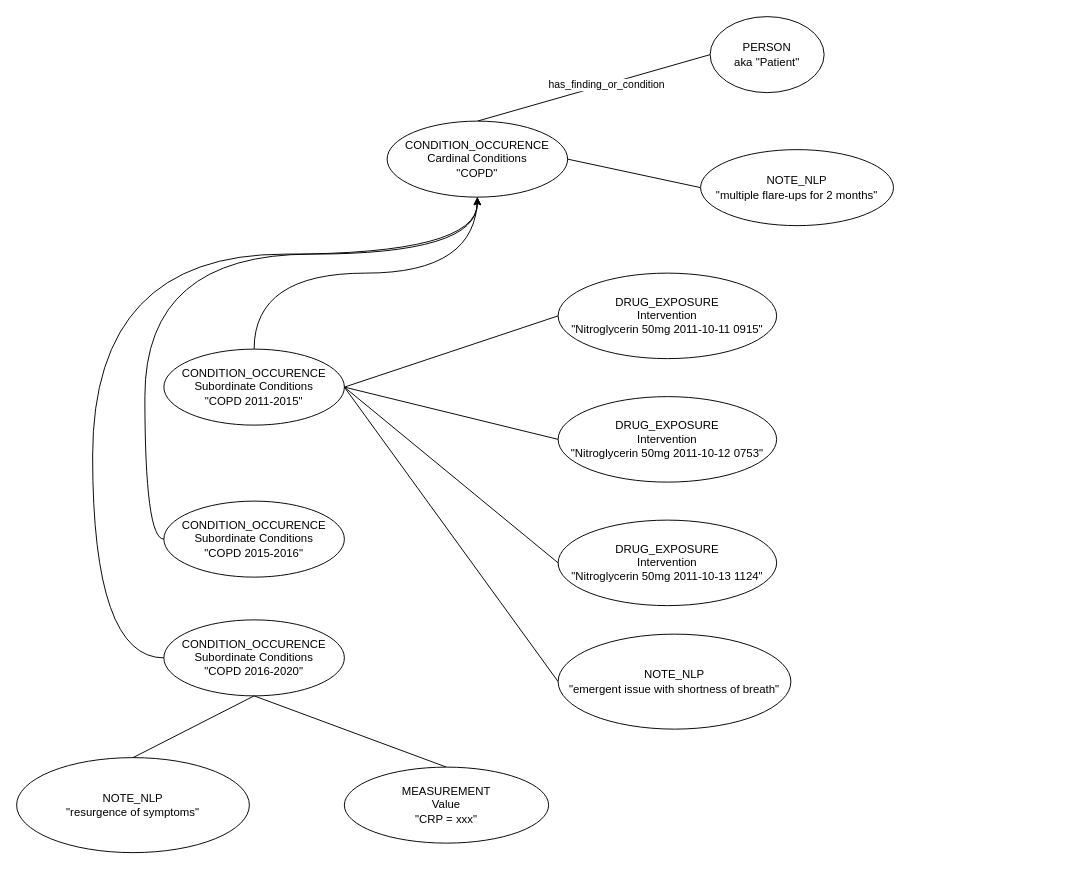
Before: page "Graph Perspective RAW" (1 of 2) of PSKB Tuple Exploration.drawio in ntimkovich/UAB-II-Diagrams, a draw.io diagram. Source tidied: cells renumbered, new cells numbered last; positions are measured from the earlier drawing's top-left corner, leaving out a move shared by most shapes. Both pictures are drawn from the tidied source at 95%, with x=0, y=0 at pixel (16, 16).
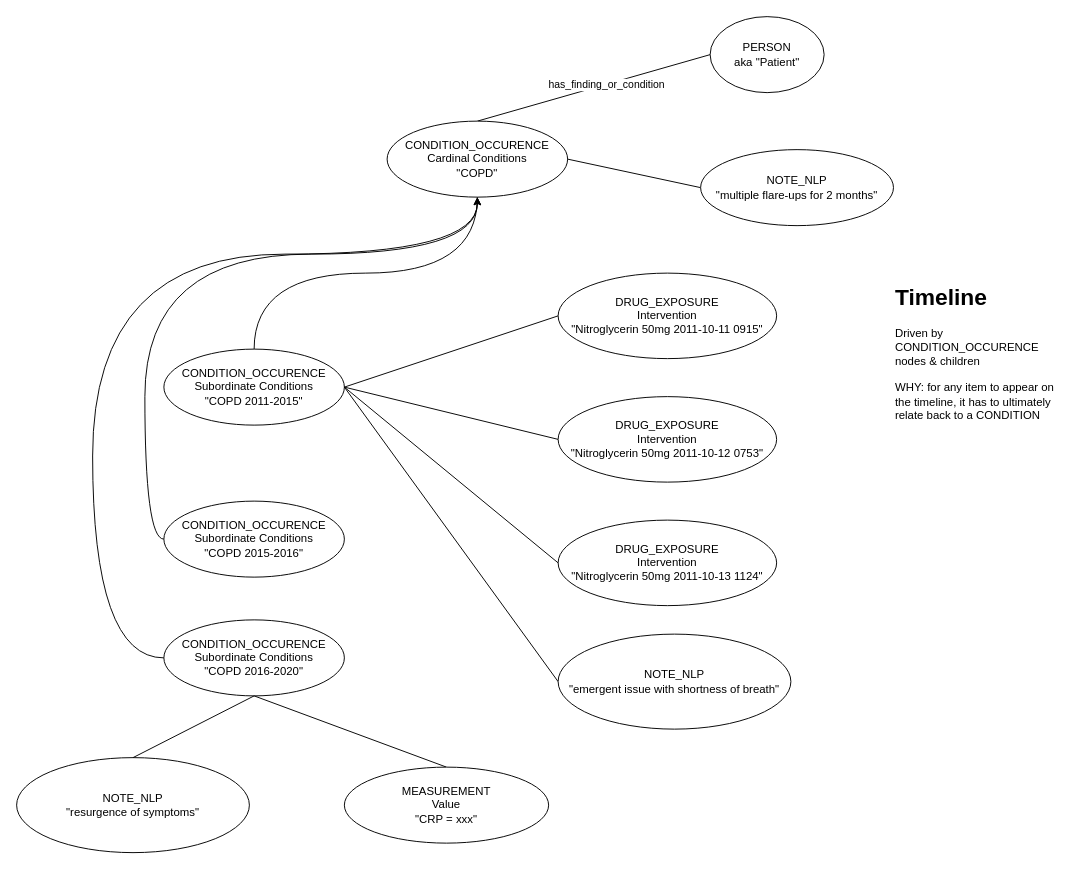
After the change.

The edit, as a diff of the source:
```diff
@@
+    <mxCell id="26" value="&lt;h1 style=&quot;margin-top: 0px;&quot;&gt;Timeline&amp;nbsp;&lt;/h1&gt;&lt;div&gt;Driven by CONDITION_OCCURENCE nodes &amp;amp; children&lt;/div&gt;&lt;div&gt;&lt;br&gt;&lt;/div&gt;&lt;div&gt;WHY: for any item to appear on the timeline, it has to ultimately relate back to a CONDITION&lt;/div&gt;" style="text;html=1;whiteSpace=wrap;overflow=hidden;rounded=0;" parent="1" vertex="1">
+      <mxGeometry x="923" y="275" width="180" height="220" as="geometry" />
+    </mxCell>
```
